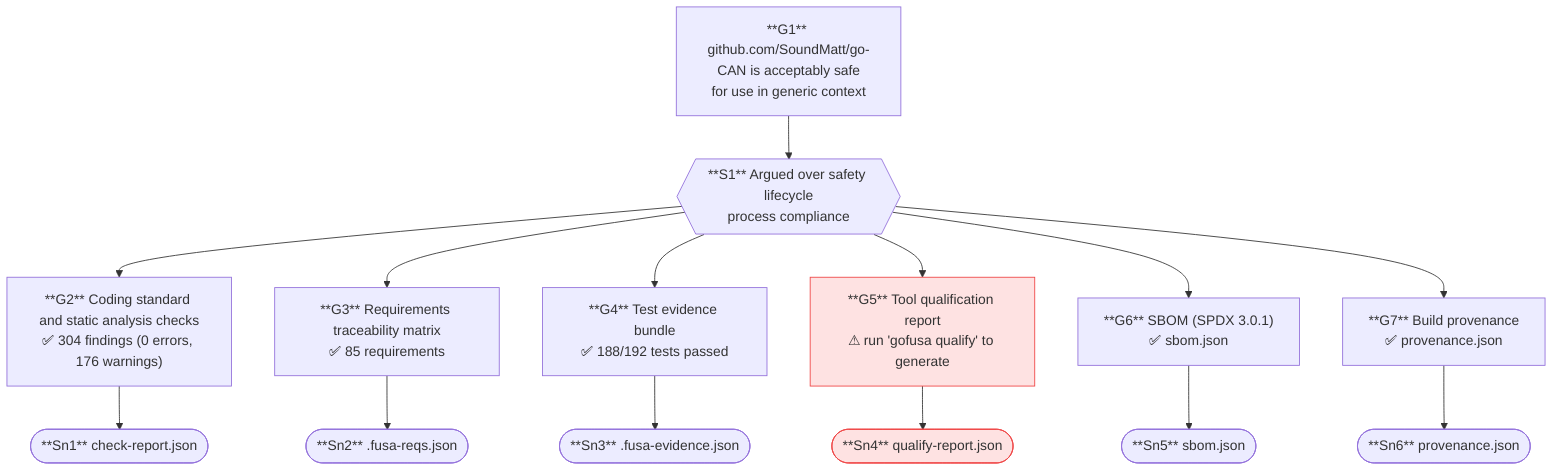
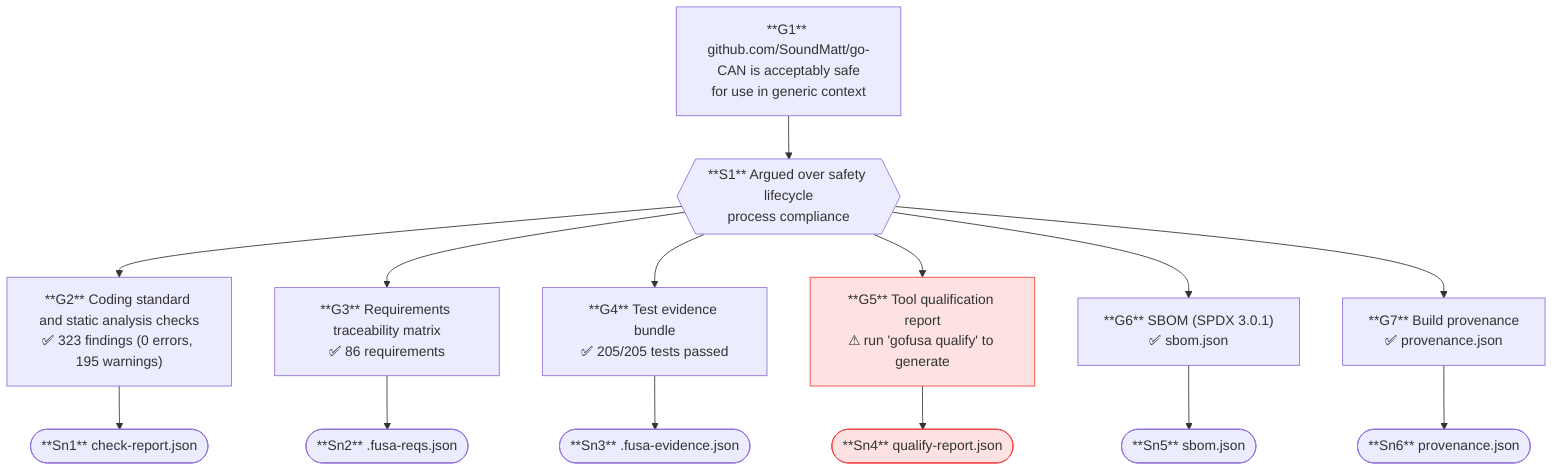
flowchart TD
    G1["**G1** github.com/SoundMatt/go-CAN is acceptably safe\nfor use in generic context"]
    S1{{"**S1** Argued over safety lifecycle\nprocess compliance"}}
-     G2["**G2** Coding standard and static analysis checks\n✅ 304 findings (0 errors, 176 warnings)"]
+     G2["**G2** Coding standard and static analysis checks\n✅ 323 findings (0 errors, 195 warnings)"]
    Sn1(["**Sn1** check-report.json"])
-     G3["**G3** Requirements traceability matrix\n✅ 85 requirements"]
+     G3["**G3** Requirements traceability matrix\n✅ 86 requirements"]
    Sn2(["**Sn2** .fusa-reqs.json"])
-     G4["**G4** Test evidence bundle\n✅ 188/192 tests passed"]
+     G4["**G4** Test evidence bundle\n✅ 205/205 tests passed"]
    Sn3(["**Sn3** .fusa-evidence.json"])
    G5["**G5** Tool qualification report\n⚠ run 'gofusa qualify' to generate"]
    Sn4(["**Sn4** qualify-report.json"])
    G6["**G6** SBOM (SPDX 3.0.1)\n✅ sbom.json"]
    Sn5(["**Sn5** sbom.json"])
    G7["**G7** Build provenance\n✅ provenance.json"]
    Sn6(["**Sn6** provenance.json"])
    G1 --> S1
    S1 --> G2
    S1 --> G3
    S1 --> G4
    S1 --> G5
    S1 --> G6
    S1 --> G7
    G2 --> Sn1
    G3 --> Sn2
    G4 --> Sn3
    G5 --> Sn4
    G6 --> Sn5
    G7 --> Sn6
    style G5 fill:#fee2e2,stroke:#ef4444
    style Sn4 fill:#fee2e2,stroke:#ef4444
